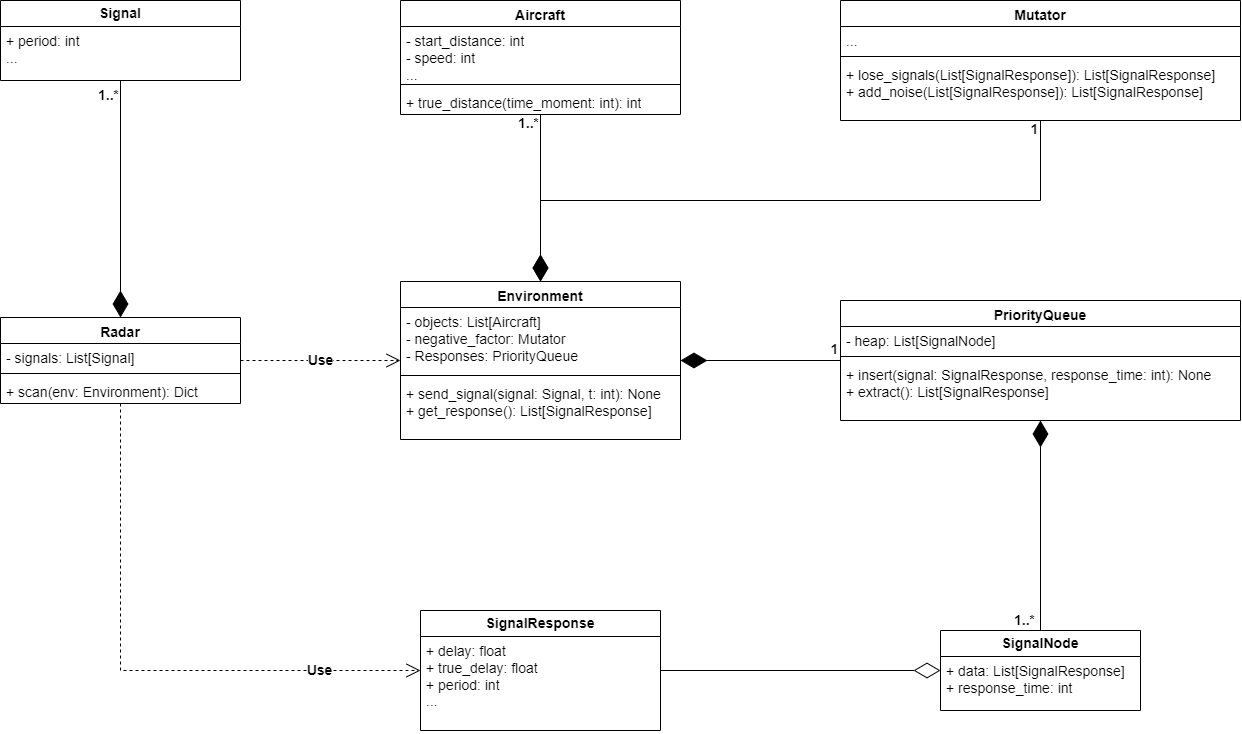
N3xTr1Me/ETU-Grad keeps this draw.io diagram as dataset/generator/architecture.png. Above is the earlier version. Source tidied: cells renumbered, new cells last; positions are measured from the earlier drawing's top-left corner, leaving out a move shared by most shapes.
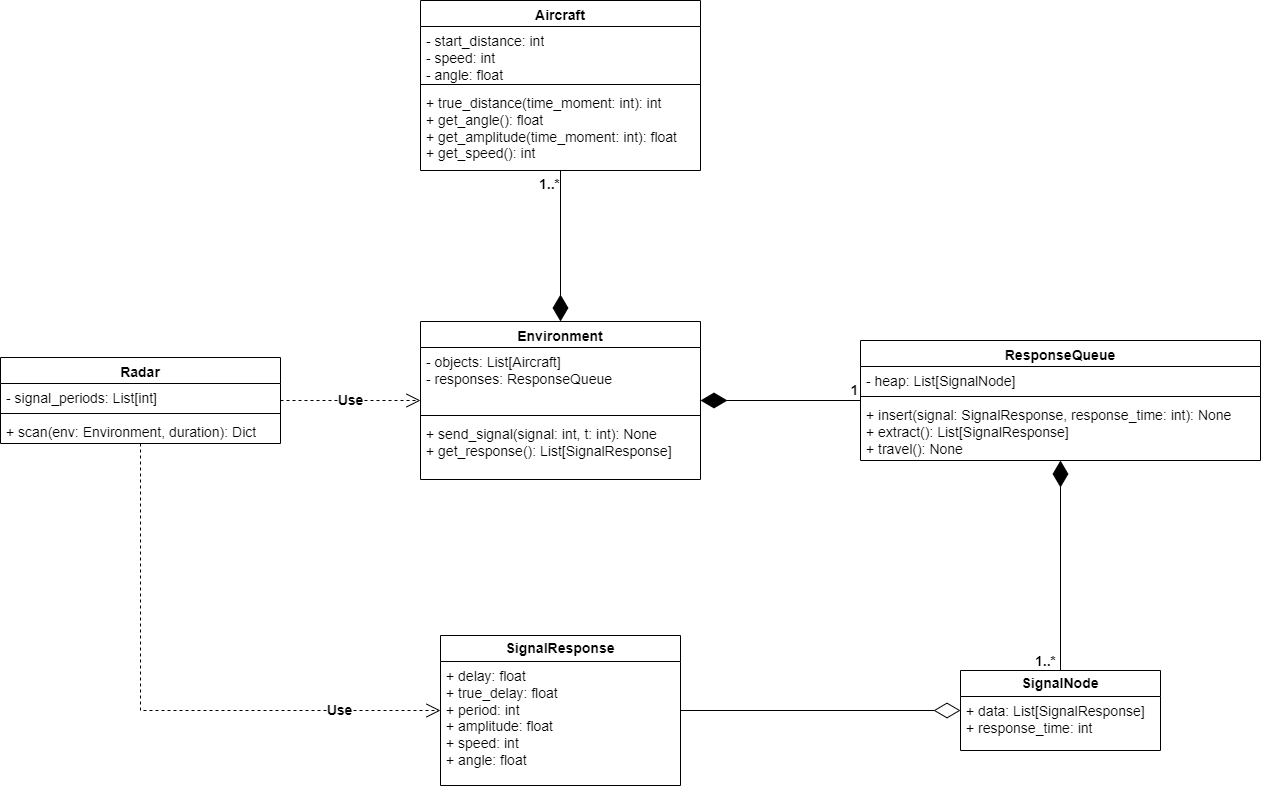
Later version of the same file.

Commit message:
Simplified architecture

Diff of the diagram source:
```diff
@@ -2,51 +2,37 @@
   <root>
     <mxCell id="0" />
     <mxCell id="1" parent="0" />
-    <mxCell id="2" value="&lt;b&gt;&lt;font style=&quot;font-size: 14px;&quot;&gt;Signal&lt;/font&gt;&lt;/b&gt;" style="swimlane;fontStyle=0;horizontal=1;startSize=26;fillColor=none;whiteSpace=wrap;html=1;" parent="1" vertex="1">
-      <mxGeometry width="240" height="80" as="geometry" />
-    </mxCell>
-    <mxCell id="3" value="&lt;font style=&quot;font-size: 14px;&quot;&gt;+ period: int&lt;br&gt;...&lt;br&gt;&lt;/font&gt;" style="text;strokeColor=none;fillColor=none;align=left;verticalAlign=top;spacingLeft=4;spacingRight=4;overflow=hidden;whiteSpace=wrap;html=1;" parent="2" vertex="1">
-      <mxGeometry y="26" width="240" height="54" as="geometry" />
-    </mxCell>
     <mxCell id="4" value="&lt;font style=&quot;font-size: 14px;&quot;&gt;Radar&lt;/font&gt;" style="swimlane;fontStyle=1;align=center;verticalAlign=top;horizontal=1;startSize=26;whiteSpace=wrap;html=1;" parent="1" vertex="1">
-      <mxGeometry y="317" width="240" height="86" as="geometry" />
+      <mxGeometry x="-20" y="317" width="280" height="86" as="geometry" />
     </mxCell>
-    <mxCell id="5" value="&lt;font style=&quot;font-size: 14px;&quot;&gt;- signals: List[Signal]&lt;/font&gt;" style="text;strokeColor=none;fillColor=none;align=left;verticalAlign=top;spacingLeft=4;spacingRight=4;overflow=hidden;whiteSpace=wrap;html=1;" parent="4" vertex="1">
-      <mxGeometry y="26" width="240" height="26" as="geometry" />
+    <mxCell id="5" value="&lt;font style=&quot;font-size: 14px;&quot;&gt;- signal_periods: List[int]&lt;/font&gt;" style="text;strokeColor=none;fillColor=none;align=left;verticalAlign=top;spacingLeft=4;spacingRight=4;overflow=hidden;whiteSpace=wrap;html=1;" parent="4" vertex="1">
+      <mxGeometry y="26" width="280" height="26" as="geometry" />
     </mxCell>
     <mxCell id="6" style="line;strokeWidth=1;fillColor=none;align=left;verticalAlign=middle;spacingTop=-1;spacingLeft=3;spacingRight=3;labelPosition=right;strokeColor=inherit;" parent="4" vertex="1">
-      <mxGeometry y="52" width="240" height="8" as="geometry" />
+      <mxGeometry y="52" width="280" height="8" as="geometry" />
     </mxCell>
-    <mxCell id="7" value="&lt;font style=&quot;font-size: 14px;&quot;&gt;+ scan(env: Environment): Dict&lt;/font&gt;" style="text;strokeColor=none;fillColor=none;align=left;verticalAlign=top;spacingLeft=4;spacingRight=4;overflow=hidden;whiteSpace=wrap;html=1;" parent="4" vertex="1">
-      <mxGeometry y="60" width="240" height="26" as="geometry" />
+    <mxCell id="7" value="&lt;font style=&quot;font-size: 14px;&quot;&gt;+ scan(env: Environment, duration): Dict&lt;/font&gt;" style="text;strokeColor=none;fillColor=none;align=left;verticalAlign=top;spacingLeft=4;spacingRight=4;overflow=hidden;whiteSpace=wrap;html=1;" parent="4" vertex="1">
+      <mxGeometry y="60" width="280" height="26" as="geometry" />
     </mxCell>
-    <mxCell id="8" style="endArrow=diamondThin;endFill=1;endSize=24;html=1;rounded=0;" parent="1" edge="1" source="2" target="4">
-      <mxGeometry relative="1" as="geometry" />
-    </mxCell>
-    <mxCell id="9" value="&lt;font style=&quot;font-size: 14px;&quot;&gt;&lt;b&gt;1..*&lt;/b&gt;&lt;/font&gt;" style="edgeLabel;html=1;align=center;verticalAlign=middle;" parent="8" vertex="1">
-      <mxGeometry x="-0.89" y="1" relative="1" as="geometry">
-        <mxPoint x="-13" y="1" as="offset" />
-      </mxGeometry>
-    </mxCell>
     <mxCell id="10" value="&lt;font style=&quot;font-size: 14px;&quot;&gt;Aircraft&lt;/font&gt;" style="swimlane;fontStyle=1;align=center;verticalAlign=top;horizontal=1;startSize=26;whiteSpace=wrap;html=1;" parent="1" vertex="1">
-      <mxGeometry x="400" width="280" height="114" as="geometry" />
+      <mxGeometry x="400" y="-40" width="280" height="170" as="geometry" />
     </mxCell>
-    <mxCell id="11" value="&lt;font style=&quot;font-size: 14px;&quot;&gt;- start_distance: int&lt;br&gt;- speed: int&lt;br&gt;...&lt;br&gt;&lt;/font&gt;" style="text;strokeColor=none;fillColor=none;align=left;verticalAlign=top;spacingLeft=4;spacingRight=4;overflow=hidden;whiteSpace=wrap;html=1;" parent="10" vertex="1">
+    <mxCell id="11" value="&lt;font style=&quot;font-size: 14px;&quot;&gt;- start_distance: int&lt;br&gt;- speed: int&lt;br&gt;- angle: float&lt;br&gt;&lt;/font&gt;" style="text;strokeColor=none;fillColor=none;align=left;verticalAlign=top;spacingLeft=4;spacingRight=4;overflow=hidden;whiteSpace=wrap;html=1;" parent="10" vertex="1">
       <mxGeometry y="26" width="280" height="54" as="geometry" />
     </mxCell>
     <mxCell id="12" style="line;strokeWidth=1;fillColor=none;align=left;verticalAlign=middle;spacingTop=-1;spacingLeft=3;spacingRight=3;labelPosition=right;strokeColor=inherit;" parent="10" vertex="1">
       <mxGeometry y="80" width="280" height="8" as="geometry" />
     </mxCell>
-    <mxCell id="13" value="&lt;font style=&quot;font-size: 14px;&quot;&gt;+ true_distance(time_moment: int): int&lt;/font&gt;" style="text;strokeColor=none;fillColor=none;align=left;verticalAlign=top;spacingLeft=4;spacingRight=4;overflow=hidden;whiteSpace=wrap;html=1;" parent="10" vertex="1">
-      <mxGeometry y="88" width="280" height="26" as="geometry" />
+    <mxCell id="13" value="&lt;font style=&quot;font-size: 14px;&quot;&gt;+ true_distance(time_moment: int): int&lt;br&gt;+ get_angle(): float&lt;br&gt;+ get_amplitude(time_moment: int): float&lt;br&gt;+ get_speed(): int&lt;br&gt;&lt;/font&gt;" style="text;strokeColor=none;fillColor=none;align=left;verticalAlign=top;spacingLeft=4;spacingRight=4;overflow=hidden;whiteSpace=wrap;html=1;" parent="10" vertex="1">
+      <mxGeometry y="88" width="280" height="82" as="geometry" />
     </mxCell>
     <mxCell id="14" value="&lt;b&gt;&lt;font style=&quot;font-size: 14px;&quot;&gt;SignalResponse&lt;/font&gt;&lt;/b&gt;" style="swimlane;fontStyle=0;horizontal=1;startSize=26;fillColor=none;whiteSpace=wrap;html=1;" parent="1" vertex="1">
-      <mxGeometry x="420" y="610" width="240" height="120" as="geometry" />
+      <mxGeometry x="420" y="595" width="240" height="150" as="geometry" />
     </mxCell>
-    <mxCell id="15" value="&lt;font style=&quot;font-size: 14px;&quot;&gt;+ delay: float&lt;br&gt;+ true_delay: float&lt;br&gt;+ period: int&lt;br&gt;...&lt;br&gt;&lt;/font&gt;" style="text;strokeColor=none;fillColor=none;align=left;verticalAlign=top;spacingLeft=4;spacingRight=4;overflow=hidden;whiteSpace=wrap;html=1;" parent="14" vertex="1">
-      <mxGeometry y="26" width="240" height="94" as="geometry" />
+    <mxCell id="15" value="&lt;font style=&quot;font-size: 14px;&quot;&gt;+ delay: float&lt;br&gt;+ true_delay: float&lt;br&gt;+ period: int&lt;br&gt;+ amplitude: float&lt;br&gt;+ speed: int&lt;br&gt;+ angle: float&lt;br&gt;&lt;/font&gt;" style="text;strokeColor=none;fillColor=none;align=left;verticalAlign=top;spacingLeft=4;spacingRight=4;overflow=hidden;whiteSpace=wrap;html=1;" parent="14" vertex="1">
+      <mxGeometry y="26" width="240" height="124" as="geometry" />
     </mxCell>
-    <mxCell id="16" value="&lt;font style=&quot;font-size: 14px;&quot;&gt;PriorityQueue&lt;/font&gt;" style="swimlane;fontStyle=1;align=center;verticalAlign=top;horizontal=1;startSize=26;whiteSpace=wrap;html=1;" parent="1" vertex="1">
+    <mxCell id="16" value="&lt;font style=&quot;font-size: 14px;&quot;&gt;ResponseQueue&lt;/font&gt;" style="swimlane;fontStyle=1;align=center;verticalAlign=top;horizontal=1;startSize=26;whiteSpace=wrap;html=1;" parent="1" vertex="1">
       <mxGeometry x="840" y="300" width="400" height="120" as="geometry" />
     </mxCell>
     <mxCell id="17" value="&lt;font style=&quot;font-size: 14px;&quot;&gt;- heap: List[SignalNode]&lt;/font&gt;" style="text;strokeColor=none;fillColor=none;align=left;verticalAlign=top;spacingLeft=4;spacingRight=4;overflow=hidden;whiteSpace=wrap;html=1;" parent="16" vertex="1">
@@ -55,7 +41,7 @@
     <mxCell id="18" style="line;strokeWidth=1;fillColor=none;align=left;verticalAlign=middle;spacingTop=-1;spacingLeft=3;spacingRight=3;labelPosition=right;strokeColor=inherit;" parent="16" vertex="1">
       <mxGeometry y="52" width="400" height="8" as="geometry" />
     </mxCell>
-    <mxCell id="19" value="&lt;font style=&quot;font-size: 14px;&quot;&gt;+ insert(signal: SignalResponse, response_time: int): None&lt;br&gt;+ extract(): List[SignalResponse]&lt;br&gt;&lt;/font&gt;" style="text;strokeColor=none;fillColor=none;align=left;verticalAlign=top;spacingLeft=4;spacingRight=4;overflow=hidden;whiteSpace=wrap;html=1;" parent="16" vertex="1">
+    <mxCell id="19" value="&lt;font style=&quot;font-size: 14px;&quot;&gt;+ insert(signal: SignalResponse, response_time: int): None&lt;br&gt;+ extract(): List[SignalResponse]&lt;br&gt;+ travel(): None&lt;br&gt;&lt;/font&gt;" style="text;strokeColor=none;fillColor=none;align=left;verticalAlign=top;spacingLeft=4;spacingRight=4;overflow=hidden;whiteSpace=wrap;html=1;" parent="16" vertex="1">
       <mxGeometry y="60" width="400" height="60" as="geometry" />
     </mxCell>
     <mxCell id="20" value="&lt;b&gt;&lt;font style=&quot;font-size: 14px;&quot;&gt;SignalNode&lt;/font&gt;&lt;/b&gt;" style="swimlane;fontStyle=0;horizontal=1;startSize=26;fillColor=none;whiteSpace=wrap;html=1;" parent="1" vertex="1">
@@ -75,28 +61,16 @@
     <mxCell id="24" style="endArrow=diamondThin;endFill=0;endSize=24;html=1;rounded=0;" parent="1" edge="1" source="14" target="20">
       <mxGeometry relative="1" as="geometry" />
     </mxCell>
-    <mxCell id="25" value="&lt;span style=&quot;font-size: 14px;&quot;&gt;Mutator&lt;/span&gt;" style="swimlane;fontStyle=1;align=center;verticalAlign=top;horizontal=1;startSize=26;whiteSpace=wrap;html=1;" parent="1" vertex="1">
-      <mxGeometry x="840" width="400" height="120" as="geometry" />
-    </mxCell>
-    <mxCell id="26" value="&lt;font style=&quot;font-size: 14px;&quot;&gt;...&lt;/font&gt;" style="text;strokeColor=none;fillColor=none;align=left;verticalAlign=top;spacingLeft=4;spacingRight=4;overflow=hidden;whiteSpace=wrap;html=1;" parent="25" vertex="1">
-      <mxGeometry y="26" width="400" height="26" as="geometry" />
-    </mxCell>
-    <mxCell id="27" style="line;strokeWidth=1;fillColor=none;align=left;verticalAlign=middle;spacingTop=-1;spacingLeft=3;spacingRight=3;labelPosition=right;strokeColor=inherit;" parent="25" vertex="1">
-      <mxGeometry y="52" width="400" height="8" as="geometry" />
-    </mxCell>
-    <mxCell id="28" value="&lt;font style=&quot;font-size: 14px;&quot;&gt;+ lose_signals(List[SignalResponse]): List[SignalResponse]&lt;br&gt;+ add_noise(List[SignalResponse]): List[SignalResponse]&lt;br&gt;&lt;/font&gt;" style="text;strokeColor=none;fillColor=none;align=left;verticalAlign=top;spacingLeft=4;spacingRight=4;overflow=hidden;whiteSpace=wrap;html=1;" parent="25" vertex="1">
-      <mxGeometry y="60" width="400" height="60" as="geometry" />
-    </mxCell>
     <mxCell id="29" value="&lt;font style=&quot;font-size: 14px;&quot;&gt;Environment&lt;/font&gt;" style="swimlane;fontStyle=1;align=center;verticalAlign=top;horizontal=1;startSize=26;whiteSpace=wrap;html=1;" parent="1" vertex="1">
       <mxGeometry x="400" y="281" width="280" height="158" as="geometry" />
     </mxCell>
-    <mxCell id="30" value="&lt;font style=&quot;font-size: 14px;&quot;&gt;- objects: List[Aircraft]&lt;br&gt;- negative_factor: Mutator&lt;br&gt;- Responses: PriorityQueue&lt;br&gt;&lt;/font&gt;" style="text;strokeColor=none;fillColor=none;align=left;verticalAlign=top;spacingLeft=4;spacingRight=4;overflow=hidden;whiteSpace=wrap;html=1;" parent="29" vertex="1">
+    <mxCell id="30" value="&lt;font style=&quot;font-size: 14px;&quot;&gt;- objects: List[Aircraft]&lt;br&gt;- responses: ResponseQueue&lt;br&gt;&lt;/font&gt;" style="text;strokeColor=none;fillColor=none;align=left;verticalAlign=top;spacingLeft=4;spacingRight=4;overflow=hidden;whiteSpace=wrap;html=1;" parent="29" vertex="1">
       <mxGeometry y="26" width="280" height="64" as="geometry" />
     </mxCell>
     <mxCell id="31" style="line;strokeWidth=1;fillColor=none;align=left;verticalAlign=middle;spacingTop=-1;spacingLeft=3;spacingRight=3;labelPosition=right;strokeColor=inherit;" parent="29" vertex="1">
       <mxGeometry y="90" width="280" height="8" as="geometry" />
     </mxCell>
-    <mxCell id="32" value="&lt;font style=&quot;font-size: 14px;&quot;&gt;+ send_signal(signal: Signal, t: int): None&lt;br&gt;+ get_response(): List[SignalResponse]&lt;br&gt;&lt;/font&gt;" style="text;strokeColor=none;fillColor=none;align=left;verticalAlign=top;spacingLeft=4;spacingRight=4;overflow=hidden;whiteSpace=wrap;html=1;" parent="29" vertex="1">
+    <mxCell id="32" value="&lt;font style=&quot;font-size: 14px;&quot;&gt;+ send_signal(signal: int, t: int): None&lt;br&gt;+ get_response(): List[SignalResponse]&lt;br&gt;&lt;/font&gt;" style="text;strokeColor=none;fillColor=none;align=left;verticalAlign=top;spacingLeft=4;spacingRight=4;overflow=hidden;whiteSpace=wrap;html=1;" parent="29" vertex="1">
       <mxGeometry y="98" width="280" height="60" as="geometry" />
     </mxCell>
     <mxCell id="33" style="endArrow=diamondThin;endFill=1;endSize=24;html=1;rounded=0;" parent="1" edge="1" source="10" target="29">
@@ -104,22 +78,9 @@
     </mxCell>
     <mxCell id="34" value="&lt;font style=&quot;font-size: 14px;&quot;&gt;&lt;b&gt;1..*&lt;/b&gt;&lt;/font&gt;" style="edgeLabel;html=1;align=center;verticalAlign=middle;" parent="33" vertex="1">
       <mxGeometry x="-0.83" y="-1" relative="1" as="geometry">
-        <mxPoint x="-11" y="-5" as="offset" />
+        <mxPoint x="-11" as="offset" />
       </mxGeometry>
     </mxCell>
-    <mxCell id="35" style="endArrow=diamondThin;endFill=1;endSize=24;html=1;rounded=0;entryX=0.5;entryY=0;entryDx=0;entryDy=0;" parent="1" edge="1" source="25" target="29">
-      <mxGeometry relative="1" as="geometry">
-        <Array as="points">
-          <mxPoint x="1040" y="200" />
-          <mxPoint x="540" y="200" />
-        </Array>
-      </mxGeometry>
-    </mxCell>
-    <mxCell id="36" value="&lt;font style=&quot;font-size: 14px;&quot;&gt;&lt;b&gt;1&lt;/b&gt;&lt;/font&gt;" style="edgeLabel;html=1;align=center;verticalAlign=middle;" parent="35" vertex="1">
-      <mxGeometry x="-0.94" relative="1" as="geometry">
-        <mxPoint x="-6" y="-12" as="offset" />
-      </mxGeometry>
-    </mxCell>
     <mxCell id="37" style="endArrow=diamondThin;endFill=1;endSize=24;html=1;rounded=0;" parent="1" edge="1" source="16" target="29">
       <mxGeometry relative="1" as="geometry" />
     </mxCell>
```
